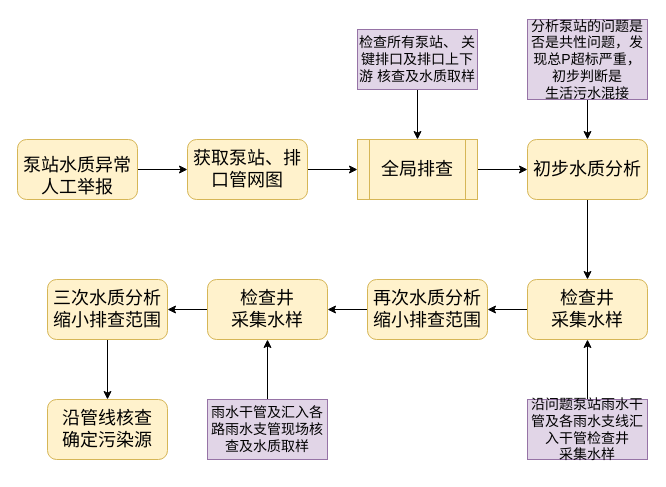
Earlier version of the draw.io diagram 水质分析_检查井排查.drawio (WienWong/Misc). Source tidied: cells renumbered, new cells numbered last; positions are measured from the earlier drawing's top-left corner, leaving out a move shared by most shapes. Both pictures are drawn from the tidied source at 100%, with x=0, y=0 at pixel (17, 19).
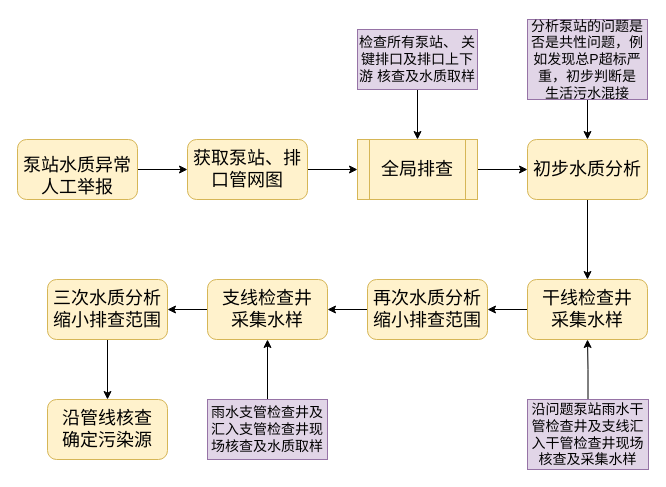
The same page after the edit.

Commit message:
Update 水质分析_检查井排查.drawio

What changed in the source:
```diff
@@
-    <mxCell id="11" value="&lt;font style=&quot;font-size: 18px&quot;&gt;检查井&lt;br&gt;采集水样&lt;/font&gt;" style="rounded=1;whiteSpace=wrap;html=1;fillColor=#fff2cc;strokeColor=#d6b656;" parent="1" vertex="1">
+    <mxCell id="11" value="&lt;font style=&quot;font-size: 18px&quot;&gt;干线检查井&lt;br&gt;采集水样&lt;/font&gt;" style="rounded=1;whiteSpace=wrap;html=1;fillColor=#fff2cc;strokeColor=#d6b656;" parent="1" vertex="1">
       <mxGeometry x="510" y="260" width="120" height="60" as="geometry" />
     </mxCell>
@@
-    <mxCell id="17" value="&lt;font style=&quot;font-size: 14px&quot;&gt;分析泵站的问题是否是共性问题，发现总P超标严重，初步判断是&lt;br&gt;生活污水混接&lt;/font&gt;" style="rounded=0;whiteSpace=wrap;html=1;fillColor=#e1d5e7;strokeColor=#9673a6;" parent="1" vertex="1">
+    <mxCell id="17" value="&lt;font style=&quot;font-size: 14px&quot;&gt;分析泵站的问题是否是共性问题，例如发现总P超标严重，初步判断是&lt;br&gt;生活污水混接&lt;/font&gt;" style="rounded=0;whiteSpace=wrap;html=1;fillColor=#e1d5e7;strokeColor=#9673a6;" parent="1" vertex="1">
       <mxGeometry x="510" width="120" height="80" as="geometry" />
     </mxCell>
@@
-    <mxCell id="19" value="&lt;font style=&quot;font-size: 14px&quot;&gt;沿问题泵站雨水干管及各雨水支线汇入干管检查井&lt;br&gt;采集水样&lt;/font&gt;" style="rounded=0;whiteSpace=wrap;html=1;fillColor=#e1d5e7;strokeColor=#9673a6;" parent="1" vertex="1">
-      <mxGeometry x="510" y="380" width="120" height="60" as="geometry" />
+    <mxCell id="19" value="&lt;font style=&quot;font-size: 14px&quot;&gt;沿问题泵站雨水干管检查井及支线汇入干管检查井现场核查及采集水样&lt;/font&gt;" style="rounded=0;whiteSpace=wrap;html=1;fillColor=#e1d5e7;strokeColor=#9673a6;" parent="1" vertex="1">
+      <mxGeometry x="510" y="380" width="121" height="70" as="geometry" />
     </mxCell>
@@
-    <mxCell id="21" value="&lt;font style=&quot;font-size: 18px&quot;&gt;检查井&lt;br&gt;采集水样&lt;/font&gt;" style="rounded=1;whiteSpace=wrap;html=1;fillColor=#fff2cc;strokeColor=#d6b656;" parent="1" vertex="1">
+    <mxCell id="21" value="&lt;font style=&quot;font-size: 18px&quot;&gt;支线检查井&lt;br&gt;采集水样&lt;/font&gt;" style="rounded=1;whiteSpace=wrap;html=1;fillColor=#fff2cc;strokeColor=#d6b656;" parent="1" vertex="1">
       <mxGeometry x="190" y="260" width="120" height="60" as="geometry" />
     </mxCell>
@@
-    <mxCell id="23" value="&lt;font style=&quot;font-size: 14px&quot;&gt;雨水干管及汇入各路雨水支管现场核查及水质取样&lt;/font&gt;" style="rounded=0;whiteSpace=wrap;html=1;fillColor=#e1d5e7;strokeColor=#9673a6;" parent="1" vertex="1">
+    <mxCell id="23" value="&lt;font style=&quot;font-size: 14px&quot;&gt;雨水支管检查井及汇入支管检查井现场核查及水质取样&lt;/font&gt;" style="rounded=0;whiteSpace=wrap;html=1;fillColor=#e1d5e7;strokeColor=#9673a6;" parent="1" vertex="1">
       <mxGeometry x="190" y="380" width="120" height="60" as="geometry" />
     </mxCell>
```
